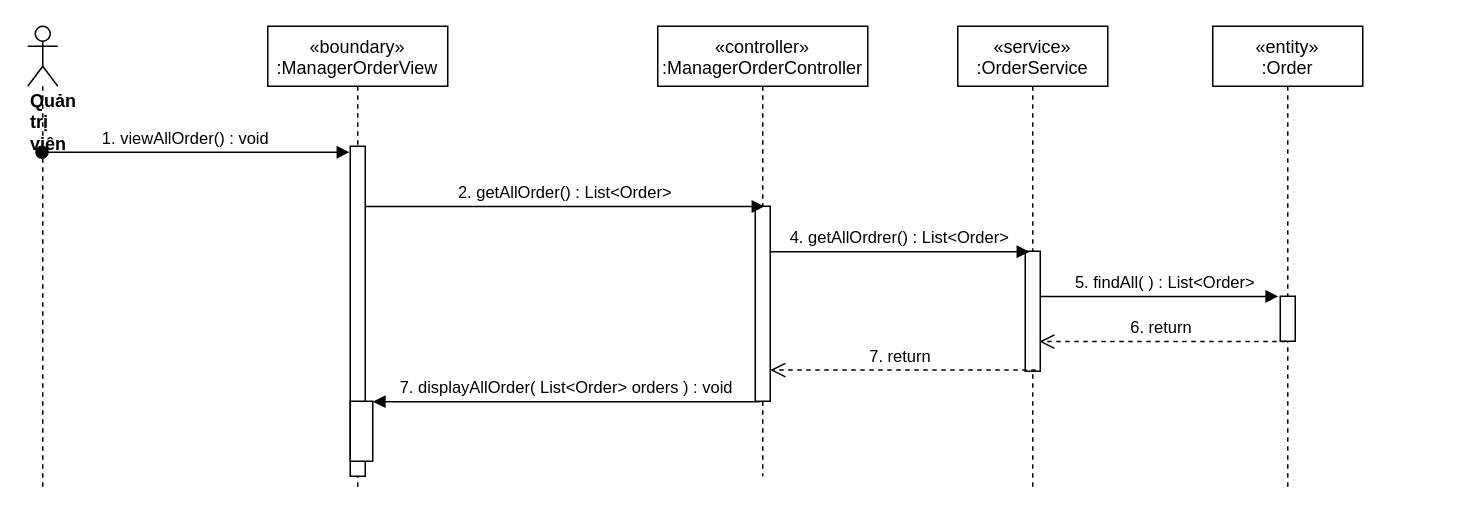
The draw.io diagram sequence diagram/view-Order-manager-sequence.drawio in nguyenphamvan/datn_20202, before the edit. Source tidied: cells renumbered, new cells numbered last; positions are measured from the earlier drawing's top-left corner, leaving out a move shared by most shapes. Both pictures are drawn from the tidied source at 150%, with x=0, y=0 at pixel (27, 26).
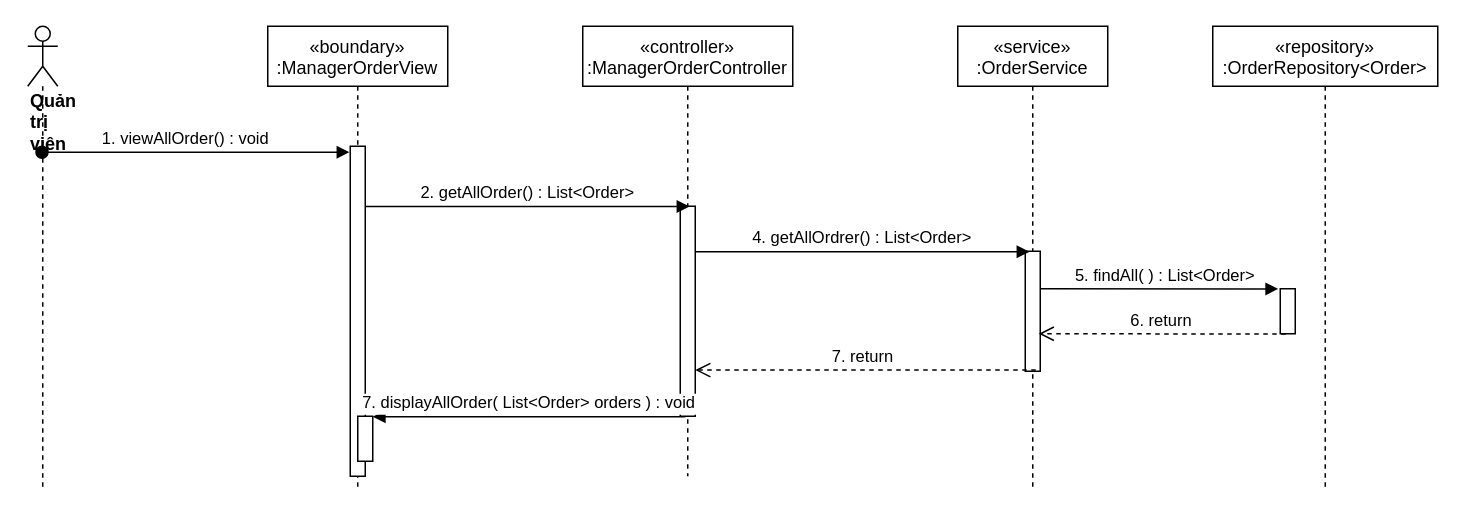
The same page after the edit.

The edit, as a diff of the source:
```diff
@@
 <mxGraphModel>
   <root>
     <mxCell id="0" />
     <mxCell id="1" parent="0" />
     <mxCell id="2" value="«boundary»&#10;:ManagerOrderView" style="shape=umlLifeline;perimeter=lifelinePerimeter;rounded=0;shadow=0;strokeWidth=1;" parent="1" vertex="1">
       <mxGeometry x="160" width="120" height="310" as="geometry" />
     </mxCell>
     <mxCell id="3" style="points=[];perimeter=orthogonalPerimeter;rounded=0;shadow=0;strokeWidth=1;" parent="2" vertex="1">
       <mxGeometry x="55" y="80" width="10" height="220" as="geometry" />
     </mxCell>
     <mxCell id="4" style="html=1;points=[];perimeter=orthogonalPerimeter;" parent="2" vertex="1">
-      <mxGeometry x="55" y="250" width="15" height="40" as="geometry" />
+      <mxGeometry x="60" y="260" width="10" height="30" as="geometry" />
     </mxCell>
     <mxCell id="5" value="«controller»&#10;:ManagerOrderController" style="shape=umlLifeline;perimeter=lifelinePerimeter;rounded=0;shadow=0;strokeWidth=1;" parent="1" vertex="1">
-      <mxGeometry x="420" width="140" height="300" as="geometry" />
+      <mxGeometry x="370" width="140" height="300" as="geometry" />
     </mxCell>
     <mxCell id="6" style="points=[];perimeter=orthogonalPerimeter;rounded=0;shadow=0;strokeWidth=1;" parent="5" vertex="1">
-      <mxGeometry x="65" y="120" width="10" height="130" as="geometry" />
+      <mxGeometry x="65" y="120" width="10" height="140" as="geometry" />
     </mxCell>
     <mxCell id="7" value="&lt;div&gt;&lt;b&gt;Quản trị viên&lt;/b&gt;&lt;/div&gt;" style="shape=umlLifeline;participant=umlActor;perimeter=lifelinePerimeter;whiteSpace=wrap;html=1;verticalAlign=top;spacingTop=36;outlineConnect=0;align=left;" parent="1" vertex="1">
       <mxGeometry width="20" height="310" as="geometry" />
     </mxCell>
     <mxCell id="8" value="1. viewAllOrder() : void" style="verticalAlign=bottom;startArrow=oval;endArrow=block;startSize=8;shadow=0;strokeWidth=1;entryX=-0.05;entryY=0.018;entryDx=0;entryDy=0;entryPerimeter=0;" parent="1" edge="1" source="7" target="3">
       <mxGeometry x="-0.06" relative="1" as="geometry" />
     </mxCell>
     <mxCell id="9" value="«service»&#10;:OrderService" style="shape=umlLifeline;perimeter=lifelinePerimeter;rounded=0;shadow=0;strokeWidth=1;" parent="1" vertex="1">
       <mxGeometry x="620" width="100" height="310" as="geometry" />
     </mxCell>
     <mxCell id="10" style="points=[];perimeter=orthogonalPerimeter;rounded=0;shadow=0;strokeWidth=1;" parent="9" vertex="1">
       <mxGeometry x="45" y="150" width="10" height="80" as="geometry" />
     </mxCell>
     <mxCell id="11" value="2. getAllOrder() : List&amp;lt;Order&amp;gt;" style="html=1;verticalAlign=bottom;endArrow=block;entryX=0.617;entryY=0.001;entryDx=0;entryDy=0;entryPerimeter=0;" parent="1" edge="1" source="3" target="6">
       <mxGeometry relative="1" as="geometry" />
     </mxCell>
     <mxCell id="12" value="4. getAllOrdrer() : List&amp;lt;Order&amp;gt;" style="html=1;verticalAlign=bottom;endArrow=block;entryX=0.283;entryY=0.004;entryDx=0;entryDy=0;entryPerimeter=0;" parent="1" edge="1" source="6" target="10">
       <mxGeometry relative="1" as="geometry" />
     </mxCell>
-    <mxCell id="13" value="«entity»&#10;:Order" style="shape=umlLifeline;perimeter=lifelinePerimeter;rounded=0;shadow=0;strokeWidth=1;" parent="1" vertex="1">
-      <mxGeometry x="790" width="100" height="310" as="geometry" />
+    <mxCell id="13" value="«repository»&#10;:OrderRepository&lt;Order&gt;" style="shape=umlLifeline;perimeter=lifelinePerimeter;rounded=0;shadow=0;strokeWidth=1;" parent="1" vertex="1">
+      <mxGeometry x="790" width="150" height="310" as="geometry" />
     </mxCell>
     <mxCell id="14" style="points=[];perimeter=orthogonalPerimeter;rounded=0;shadow=0;strokeWidth=1;" parent="13" vertex="1">
-      <mxGeometry x="45" y="180" width="10" height="30" as="geometry" />
+      <mxGeometry x="45" y="175" width="10" height="30" as="geometry" />
     </mxCell>
-    <mxCell id="15" value="5. findAll( ) : List&amp;lt;Order&amp;gt;" style="html=1;verticalAlign=bottom;endArrow=block;entryX=-0.133;entryY=0.004;entryDx=0;entryDy=0;entryPerimeter=0;" parent="1" edge="1" source="10" target="14">
+    <mxCell id="15" value="5. findAll( ) : List&amp;lt;Order&amp;gt;" style="html=1;verticalAlign=bottom;endArrow=block;entryX=-0.133;entryY=0.004;entryDx=0;entryDy=0;entryPerimeter=0;exitX=1;exitY=0.313;exitDx=0;exitDy=0;exitPerimeter=0;" parent="1" edge="1" source="10" target="14">
       <mxGeometry x="0.04" relative="1" as="geometry" />
     </mxCell>
-    <mxCell id="16" value="6. return&amp;nbsp;" style="html=1;verticalAlign=bottom;endArrow=open;dashed=1;endSize=8;exitX=0.367;exitY=1.006;exitDx=0;exitDy=0;exitPerimeter=0;entryX=0.94;entryY=0.753;entryDx=0;entryDy=0;entryPerimeter=0;" parent="1" edge="1" source="14" target="10">
-      <mxGeometry relative="1" as="geometry" />
+    <mxCell id="16" value="6. return&amp;nbsp;" style="html=1;verticalAlign=bottom;endArrow=open;dashed=1;endSize=8;exitX=0.367;exitY=1.006;exitDx=0;exitDy=0;exitPerimeter=0;" parent="1" edge="1" source="14">
+      <mxGeometry relative="1" as="geometry">
+        <mxPoint x="674" y="205" as="targetPoint" />
+      </mxGeometry>
     </mxCell>
     <mxCell id="17" value="7. return&amp;nbsp;" style="html=1;verticalAlign=bottom;endArrow=open;dashed=1;endSize=8;exitX=0.7;exitY=0.99;exitDx=0;exitDy=0;exitPerimeter=0;" parent="1" edge="1" source="10" target="6">
       <mxGeometry relative="1" as="geometry" />
     </mxCell>
     <mxCell id="18" value="7. displayAllOrder( List&lt;Order&gt; orders ) : void" style="verticalAlign=bottom;endArrow=block;shadow=0;strokeWidth=1;exitX=0.34;exitY=1.002;exitDx=0;exitDy=0;exitPerimeter=0;" parent="1" edge="1" source="6" target="4">
       <mxGeometry relative="1" as="geometry" />
     </mxCell>
   </root>
 </mxGraphModel>
```
